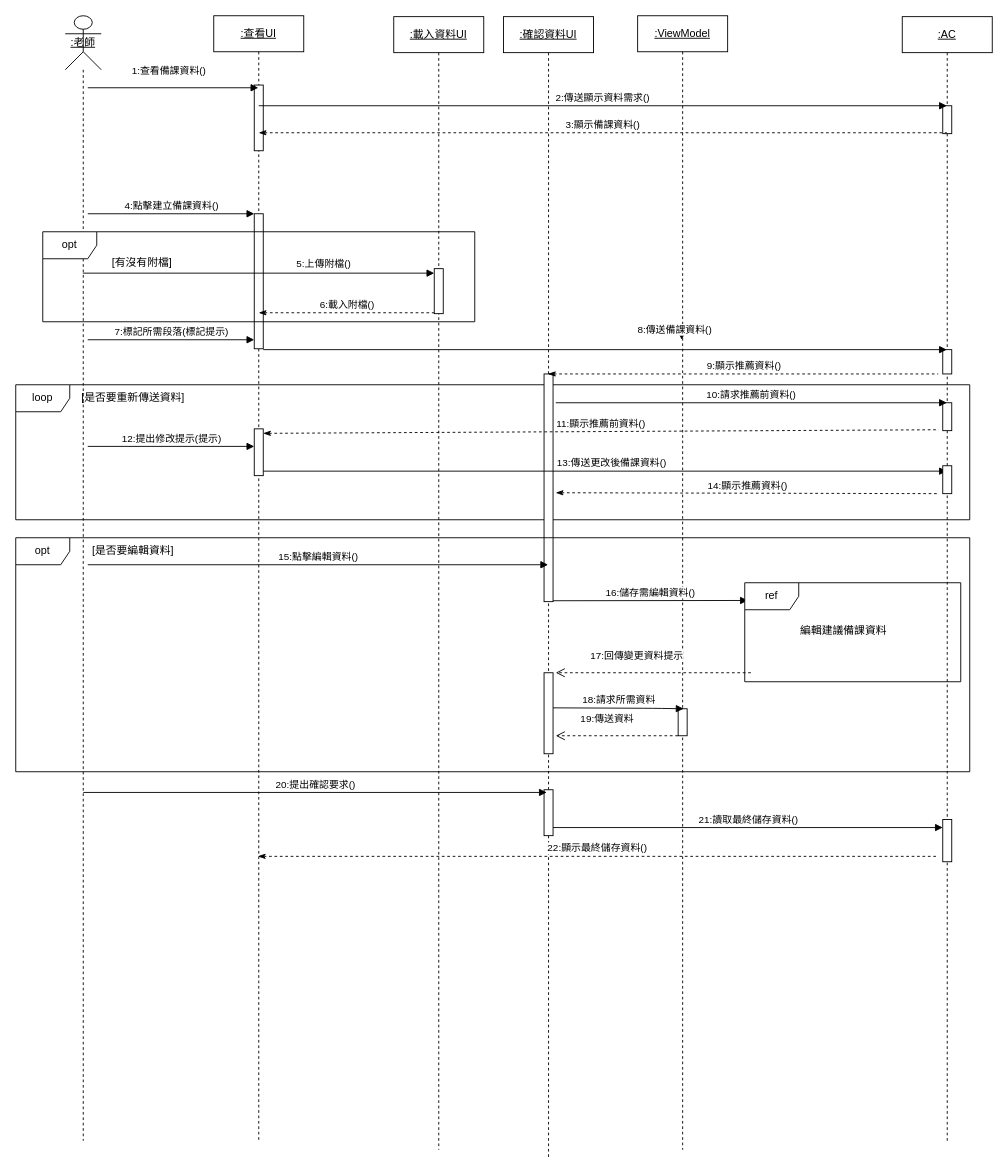
Above: 循序圖(建立備課資料-UI)-new.drawio in Kevincheng0804/System-analysis (draw.io), before the change. Source tidied: cells renumbered, new cells numbered last; positions are measured from the earlier drawing's top-left corner, leaving out a move shared by most shapes. Both pictures are drawn from the tidied source at 90%, with x=0, y=0 at pixel (15, 15).
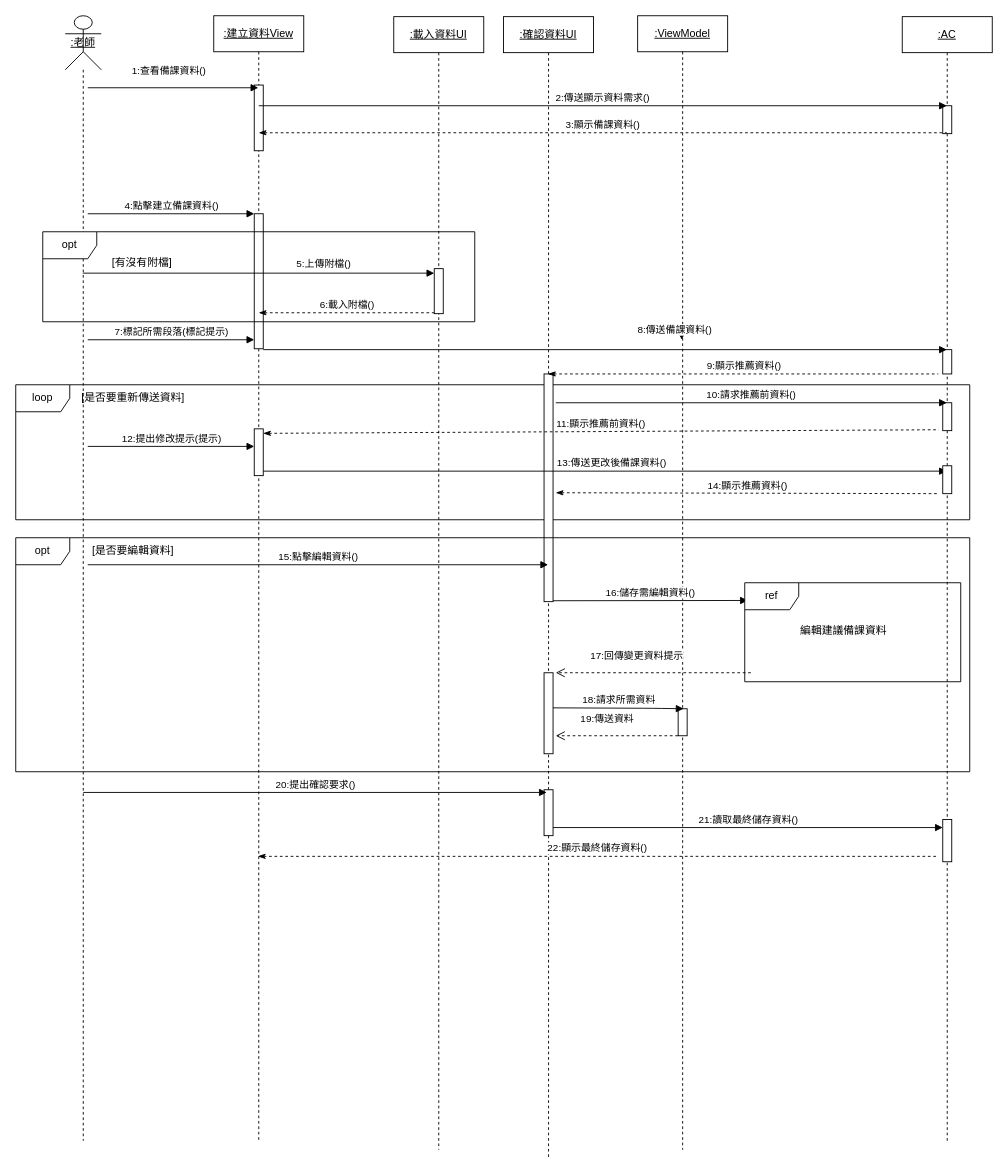
Above is the later version.

Commit message:
更新循序圖(建立備課資料-UI)-new.drawio

Change to the diagram source:
```diff
@@
-    <mxCell id="4" value="&lt;u&gt;:查看UI&lt;/u&gt;" style="shape=umlLifeline;perimeter=lifelinePerimeter;whiteSpace=wrap;html=1;outlineConnect=0;portConstraint=eastwest;newEdgeStyle={&quot;curved&quot;:0,&quot;rounded&quot;:0};" parent="1" vertex="1">
+    <mxCell id="4" value="&lt;u&gt;:建立資料View&lt;/u&gt;" style="shape=umlLifeline;perimeter=lifelinePerimeter;whiteSpace=wrap;html=1;outlineConnect=0;portConstraint=eastwest;newEdgeStyle={&quot;curved&quot;:0,&quot;rounded&quot;:0};" parent="1" vertex="1">
       <mxGeometry x="220" width="100" height="1250" as="geometry" />
     </mxCell>
```
